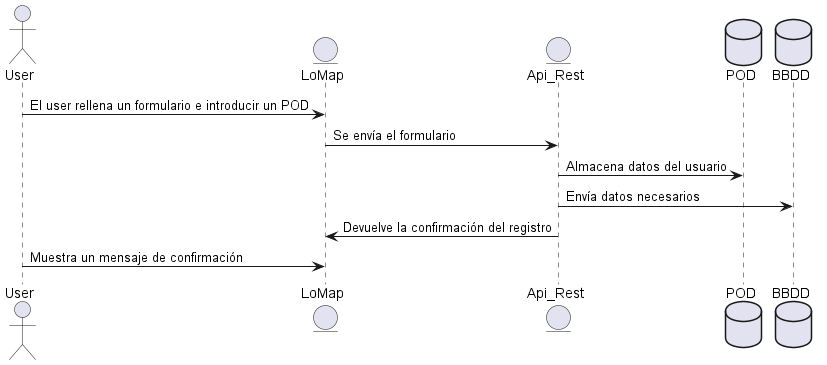
Earlier version of the PlantUML export images/Sequence diagram.png (Arquisoft/lomap_es6a).
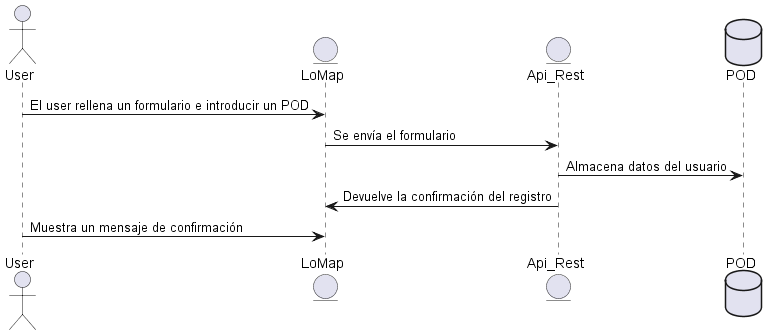
Later version of the same file.

What changed in the source:
```diff
@@ -3,12 +3,10 @@
 entity LoMap
 entity Api_Rest
 database POD
-database BBDD
 
 User -> LoMap: El user rellena un formulario e introducir un POD
 LoMap -> Api_Rest: Se envía el formulario
 Api_Rest -> POD: Almacena datos del usuario
-Api_Rest -> BBDD: Envía datos necesarios
 LoMap <- Api_Rest: Devuelve la confirmación del registro
 User -> LoMap: Muestra un mensaje de confirmación
 
```
